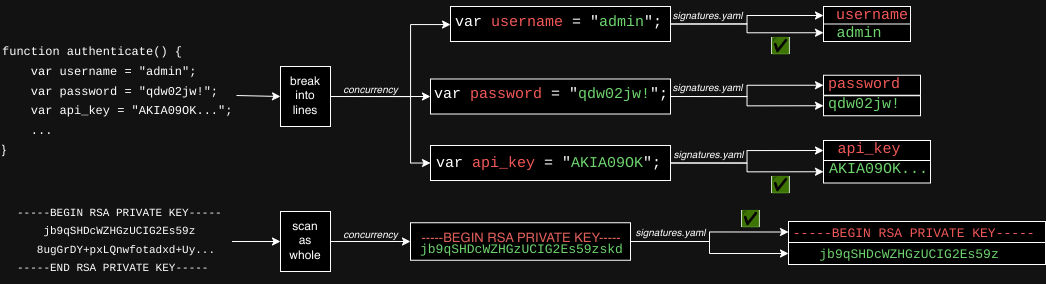
The draw.io diagram media/secretsnitch_parsing.drawio.png in nyxragon/secretsnitch, before a commit. Source tidied: cells renumbered, new cells last; positions are measured from the earlier drawing's top-left corner, leaving out a move shared by most shapes.
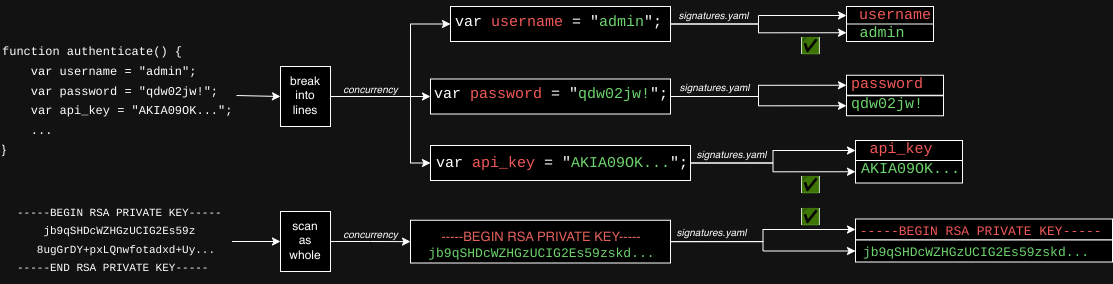
The same diagram one commit later.

Change to the diagram source:
```diff
@@ -46,8 +46,8 @@
     <mxCell id="12" style="edgeStyle=orthogonalEdgeStyle;rounded=0;jettySize=auto;html=1;exitX=1;exitY=0.5;exitDx=0;exitDy=0;entryX=0;entryY=0.5;entryDx=0;entryDy=0;" parent="1" edge="1" source="13" target="22">
       <mxGeometry relative="1" as="geometry" />
     </mxCell>
-    <mxCell id="13" value="&lt;h1 style=&quot;margin-top: 0px; line-height: 0px;&quot;&gt;&lt;span style=&quot;font-weight: 400; font-size: x-small; background-color: initial;&quot;&gt;&lt;font&gt;&amp;nbsp;var &lt;font color=&quot;#ff6666&quot;&gt;api_key&lt;/font&gt; = &quot;&lt;font color=&quot;#006600&quot;&gt;AKIA09OK&lt;/font&gt;&quot;;&lt;/font&gt;&lt;/span&gt;&lt;/h1&gt;" style="rounded=0;whiteSpace=wrap;html=1;align=left;spacingLeft=-5;spacingBottom=-15;fontFamily=Courier New;" parent="1" vertex="1">
-      <mxGeometry x="430" y="145" width="240" height="35" as="geometry" />
+    <mxCell id="13" value="&lt;h1 style=&quot;margin-top: 0px; line-height: 0px;&quot;&gt;&lt;span style=&quot;font-weight: 400; font-size: x-small; background-color: initial;&quot;&gt;&lt;font&gt;&amp;nbsp;var &lt;font color=&quot;#ff6666&quot;&gt;api_key&lt;/font&gt; = &quot;&lt;font color=&quot;#006600&quot;&gt;AKIA09OK...&lt;/font&gt;&quot;;&lt;/font&gt;&lt;/span&gt;&lt;/h1&gt;" style="rounded=0;whiteSpace=wrap;html=1;align=left;spacingLeft=-5;spacingBottom=-15;fontFamily=Courier New;" parent="1" vertex="1">
+      <mxGeometry x="430" y="145" width="260" height="35" as="geometry" />
     </mxCell>
     <mxCell id="14" style="edgeStyle=orthogonalEdgeStyle;rounded=0;jettySize=auto;html=1;exitX=1;exitY=0.5;exitDx=0;exitDy=0;entryX=0;entryY=0.5;entryDx=0;entryDy=0;" parent="1" edge="1" source="16" target="19">
       <mxGeometry relative="1" as="geometry" />
@@ -59,40 +59,40 @@
       <mxGeometry x="430" y="78.5" width="240" height="35" as="geometry" />
     </mxCell>
     <mxCell id="17" value="&lt;h1 style=&quot;margin-top: 0px; line-height: 0px;&quot;&gt;&lt;font size=&quot;1&quot;&gt;&lt;span style=&quot;font-weight: 400;&quot;&gt;username&lt;/span&gt;&lt;/font&gt;&lt;/h1&gt;" style="rounded=0;whiteSpace=wrap;html=1;spacingLeft=-15;spacingBottom=-10;fontColor=#FF6666;fontFamily=Courier New;align=right;verticalAlign=top;" parent="1" vertex="1">
-      <mxGeometry x="823" y="6" width="87" height="18" as="geometry" />
+      <mxGeometry x="846" y="6" width="87" height="18" as="geometry" />
     </mxCell>
     <mxCell id="18" value="&lt;h1 style=&quot;margin-top: 0px; line-height: 0px;&quot;&gt;&lt;font color=&quot;#006600&quot; size=&quot;1&quot;&gt;&lt;span style=&quot;font-weight: 400;&quot;&gt;admin&lt;/span&gt;&lt;/font&gt;&lt;/h1&gt;" style="rounded=0;whiteSpace=wrap;html=1;spacingLeft=-15;spacingBottom=-10;fontColor=#33FF33;fontFamily=Courier New;align=center;verticalAlign=top;" parent="1" vertex="1">
-      <mxGeometry x="823" y="23.5" width="87" height="17.5" as="geometry" />
+      <mxGeometry x="846" y="23.5" width="87" height="17.5" as="geometry" />
     </mxCell>
     <mxCell id="19" value="&lt;h1 style=&quot;margin-top: 0px; line-height: 0px;&quot;&gt;&lt;font size=&quot;1&quot;&gt;&lt;span style=&quot;font-weight: 400;&quot;&gt;password&lt;/span&gt;&lt;/font&gt;&lt;/h1&gt;" style="rounded=0;whiteSpace=wrap;html=1;spacingLeft=-15;spacingBottom=-10;fontColor=#FF6666;fontFamily=Courier New;align=center;verticalAlign=top;" parent="1" vertex="1">
-      <mxGeometry x="823" y="74.8" width="97" height="20" as="geometry" />
+      <mxGeometry x="846" y="74.8" width="97" height="20" as="geometry" />
     </mxCell>
     <mxCell id="20" value="&lt;h1 style=&quot;margin-top: 0px; line-height: 0px;&quot;&gt;&lt;font size=&quot;1&quot;&gt;&lt;span style=&quot;font-weight: 400;&quot;&gt;qdw02jw!&lt;/span&gt;&lt;/font&gt;&lt;/h1&gt;" style="rounded=0;whiteSpace=wrap;html=1;spacingLeft=-15;spacingBottom=-10;fontColor=#006600;fontFamily=Courier New;align=center;verticalAlign=top;" parent="1" vertex="1">
-      <mxGeometry x="823" y="95.2" width="97" height="20" as="geometry" />
+      <mxGeometry x="846" y="95.2" width="97" height="20" as="geometry" />
     </mxCell>
     <mxCell id="21" value="&lt;h1 style=&quot;margin-top: 0px; line-height: 0px;&quot;&gt;&lt;font size=&quot;1&quot;&gt;&lt;span style=&quot;font-weight: 400;&quot;&gt;api_key&lt;/span&gt;&lt;/font&gt;&lt;/h1&gt;" style="rounded=0;whiteSpace=wrap;html=1;spacingLeft=-15;spacingBottom=-10;fontColor=#FF6666;fontFamily=Courier New;align=center;verticalAlign=top;" parent="1" vertex="1">
-      <mxGeometry x="823" y="140" width="107" height="20" as="geometry" />
+      <mxGeometry x="855" y="140" width="107" height="20" as="geometry" />
     </mxCell>
     <mxCell id="22" value="&lt;h1 style=&quot;margin-top: 0px; line-height: 0px;&quot;&gt;&lt;span style=&quot;font-weight: 400; font-size: x-small; background-color: initial;&quot;&gt;&lt;font color=&quot;#006600&quot;&gt;AKIA09OK...&lt;/font&gt;&lt;/span&gt;&lt;/h1&gt;" style="rounded=0;whiteSpace=wrap;html=1;spacingLeft=-15;spacingBottom=-10;fontColor=#33FF33;align=right;fontFamily=Courier New;verticalAlign=top;" parent="1" vertex="1">
-      <mxGeometry x="823" y="160" width="107" height="22.5" as="geometry" />
+      <mxGeometry x="855" y="160" width="107" height="22.5" as="geometry" />
     </mxCell>
     <mxCell id="23" value="&lt;i style=&quot;font-size: 10px;&quot;&gt;concurrency&lt;/i&gt;" style="text;html=1;align=center;verticalAlign=middle;strokeColor=none;fillColor=none;fontSize=10;" parent="1" vertex="1">
       <mxGeometry x="330" y="74" width="80" height="30" as="geometry" />
     </mxCell>
     <mxCell id="24" value="&lt;span style=&quot;color: rgb(205, 205, 205); font-family: &amp;quot;Google Sans&amp;quot;, Arial, sans-serif; font-size: 16px; text-align: start; text-wrap: wrap; background-color: rgb(16, 18, 24);&quot;&gt;✅&lt;/span&gt;" style="text;html=1;align=center;verticalAlign=middle;strokeColor=none;fillColor=none;" parent="1" vertex="1">
-      <mxGeometry x="760" y="30" width="40" height="30" as="geometry" />
+      <mxGeometry x="790" y="30" width="40" height="30" as="geometry" />
     </mxCell>
     <mxCell id="25" value="&lt;span style=&quot;color: rgb(205, 205, 205); font-family: &amp;quot;Google Sans&amp;quot;, Arial, sans-serif; font-size: 16px; text-align: start; text-wrap: wrap; background-color: rgb(16, 18, 24);&quot;&gt;✅&lt;/span&gt;" style="text;html=1;align=center;verticalAlign=middle;strokeColor=none;fillColor=none;" parent="1" vertex="1">
-      <mxGeometry x="760" y="169" width="40" height="30" as="geometry" />
+      <mxGeometry x="790" y="169" width="40" height="30" as="geometry" />
     </mxCell>
     <mxCell id="26" value="&lt;i style=&quot;font-size: 10px;&quot;&gt;signatures.yaml&lt;/i&gt;" style="text;html=1;align=center;verticalAlign=middle;strokeColor=none;fillColor=none;fontSize=10;" parent="1" vertex="1">
-      <mxGeometry x="662" width="90" height="30" as="geometry" />
+      <mxGeometry x="668" width="90" height="30" as="geometry" />
     </mxCell>
     <mxCell id="27" value="&lt;i style=&quot;font-size: 10px;&quot;&gt;signatures.yaml&lt;/i&gt;" style="text;html=1;align=center;verticalAlign=middle;strokeColor=none;fillColor=none;fontSize=10;" parent="1" vertex="1">
-      <mxGeometry x="662" y="71.8" width="90" height="30" as="geometry" />
+      <mxGeometry x="669" y="71.8" width="90" height="30" as="geometry" />
     </mxCell>
     <mxCell id="28" value="&lt;i style=&quot;font-size: 10px;&quot;&gt;signatures.yaml&lt;/i&gt;" style="text;html=1;align=center;verticalAlign=middle;strokeColor=none;fillColor=none;fontSize=10;" parent="1" vertex="1">
-      <mxGeometry x="663" y="139" width="90" height="30" as="geometry" />
+      <mxGeometry x="686" y="139" width="90" height="30" as="geometry" />
     </mxCell>
     <mxCell id="29" style="edgeStyle=orthogonalEdgeStyle;rounded=0;jettySize=auto;html=1;exitX=1;exitY=0.5;exitDx=0;exitDy=0;entryX=0;entryY=0.5;entryDx=0;entryDy=0;" parent="1" edge="1" source="30" target="32">
       <mxGeometry relative="1" as="geometry" />
@@ -112,23 +112,23 @@
     <mxCell id="34" style="edgeStyle=orthogonalEdgeStyle;rounded=0;jettySize=auto;html=1;exitX=1;exitY=0.5;exitDx=0;exitDy=0;entryX=0;entryY=0.5;entryDx=0;entryDy=0;" parent="1" edge="1" source="35" target="39">
       <mxGeometry relative="1" as="geometry" />
     </mxCell>
-    <mxCell id="35" value="&lt;pre style=&quot;margin-top: 0px; line-height: 11px; font-size: 13px;&quot;&gt;&lt;font color=&quot;#ea6b66&quot; face=&quot;Helvetica&quot; style=&quot;font-weight: normal; font-size: 13px;&quot;&gt;&amp;nbsp; -----BEGIN RSA PRIVATE KEY-----&lt;br&gt;&lt;/font&gt;&lt;h1 style=&quot;color: rgb(51, 255, 51); font-family: &amp;quot;Courier New&amp;quot;; white-space: normal; margin-top: 0px; line-height: 11px; font-size: 13px;&quot;&gt;&lt;span style=&quot;font-weight: normal; background-color: initial;&quot;&gt;&lt;font color=&quot;#006600&quot;&gt;&amp;nbsp;jb9qSHDcWZHGzUCIG2Es59zskd&lt;/font&gt;&lt;/span&gt;&lt;/h1&gt;&lt;font face=&quot;Helvetica&quot; color=&quot;#006600&quot; style=&quot;font-weight: normal; font-size: 13px;&quot;&gt;&lt;/font&gt;&lt;/pre&gt;" style="rounded=0;whiteSpace=wrap;html=1;align=center;spacingLeft=-5;spacingBottom=-15;spacing=0;" parent="1" vertex="1">
-      <mxGeometry x="410" y="222.2" width="220" height="37.5" as="geometry" />
+    <mxCell id="35" value="&lt;pre style=&quot;margin-top: 0px; line-height: 155%; font-size: 13px;&quot;&gt;&lt;font color=&quot;#ea6b66&quot; face=&quot;Helvetica&quot; style=&quot;font-weight: normal; font-size: 13px;&quot;&gt;&amp;nbsp; -----BEGIN RSA PRIVATE KEY-----&lt;br&gt;&lt;/font&gt;&lt;h1 style=&quot;color: rgb(51, 255, 51); font-family: &amp;quot;Courier New&amp;quot;; white-space: normal; margin-top: 0px; line-height: 11px; font-size: 13px;&quot;&gt;&lt;span style=&quot;font-weight: normal; background-color: initial;&quot;&gt;&lt;font color=&quot;#006600&quot;&gt;&amp;nbsp;jb9qSHDcWZHGzUCIG2Es59zskd...&lt;/font&gt;&lt;/span&gt;&lt;/h1&gt;&lt;font face=&quot;Helvetica&quot; color=&quot;#006600&quot; style=&quot;font-weight: normal; font-size: 13px;&quot;&gt;&lt;/font&gt;&lt;/pre&gt;" style="rounded=0;whiteSpace=wrap;html=1;align=center;spacingLeft=-5;spacingBottom=-15;spacing=0;" parent="1" vertex="1">
+      <mxGeometry x="410" y="219.8" width="260" height="42.8" as="geometry" />
     </mxCell>
     <mxCell id="36" value="&lt;i style=&quot;font-size: 10px;&quot;&gt;concurrency&lt;/i&gt;" style="text;html=1;align=center;verticalAlign=middle;strokeColor=none;fillColor=none;fontSize=10;" parent="1" vertex="1">
       <mxGeometry x="330" y="218.5" width="80" height="30" as="geometry" />
     </mxCell>
     <mxCell id="37" value="&lt;span style=&quot;color: rgb(205, 205, 205); font-family: &amp;quot;Google Sans&amp;quot;, Arial, sans-serif; font-size: 16px; text-align: start; text-wrap: wrap; background-color: rgb(16, 18, 24);&quot;&gt;✅&lt;/span&gt;" style="text;html=1;align=center;verticalAlign=middle;strokeColor=none;fillColor=none;spacing=0;" parent="1" vertex="1">
-      <mxGeometry x="730" y="203" width="40" height="30" as="geometry" />
+      <mxGeometry x="790" y="201" width="40" height="30" as="geometry" />
     </mxCell>
     <mxCell id="38" value="&lt;div style=&quot;margin-top: 0px; line-height: 11px; font-size: 13px;&quot;&gt;&lt;font style=&quot;font-weight: normal; font-size: 13px;&quot;&gt;&amp;nbsp;-----BEGIN RSA PRIVATE KEY-----&lt;/font&gt;&lt;/div&gt;" style="rounded=0;whiteSpace=wrap;html=1;align=left;spacingLeft=-5;spacingBottom=-15;fontFamily=Courier New;verticalAlign=top;fontColor=#FF6666;" parent="1" vertex="1">
-      <mxGeometry x="788" y="221" width="257" height="21" as="geometry" />
+      <mxGeometry x="855" y="218.5" width="257" height="21" as="geometry" />
     </mxCell>
-    <mxCell id="39" value="&lt;h1 style=&quot;text-align: left; margin-top: 0px; line-height: 11px; font-size: 13px;&quot;&gt;&lt;span style=&quot;font-weight: normal; background-color: initial; font-size: 13px;&quot;&gt;&lt;font color=&quot;#006600&quot;&gt;jb9qSHDcWZHGzUCIG2Es59z&lt;/font&gt;&lt;/span&gt;&lt;/h1&gt;" style="rounded=0;whiteSpace=wrap;html=1;spacingLeft=-15;spacingBottom=-10;fontColor=#33ff33;fontFamily=Courier New;fontSize=13;verticalAlign=top;" parent="1" vertex="1">
-      <mxGeometry x="788" y="242" width="257" height="22" as="geometry" />
+    <mxCell id="39" value="&lt;h1 style=&quot;text-align: left; margin-top: 0px; line-height: 11px; font-size: 13px;&quot;&gt;&lt;span style=&quot;font-weight: normal; background-color: initial; font-size: 13px;&quot;&gt;&lt;font color=&quot;#006600&quot;&gt;jb9qSHDcWZHGzUCIG2Es59zskd...&lt;/font&gt;&lt;/span&gt;&lt;/h1&gt;" style="rounded=0;whiteSpace=wrap;html=1;spacingLeft=-15;spacingBottom=-10;fontColor=#33ff33;fontFamily=Courier New;fontSize=13;verticalAlign=top;" parent="1" vertex="1">
+      <mxGeometry x="855" y="239.5" width="257" height="22" as="geometry" />
     </mxCell>
     <mxCell id="40" value="&lt;i style=&quot;font-size: 10px;&quot;&gt;signatures.yaml&lt;/i&gt;" style="text;html=1;align=center;verticalAlign=middle;strokeColor=none;fillColor=none;fontSize=10;" parent="1" vertex="1">
-      <mxGeometry x="625" y="216.5" width="90" height="30" as="geometry" />
+      <mxGeometry x="666" y="217" width="90" height="30" as="geometry" />
     </mxCell>
   </root>
 </mxGraphModel>
```
